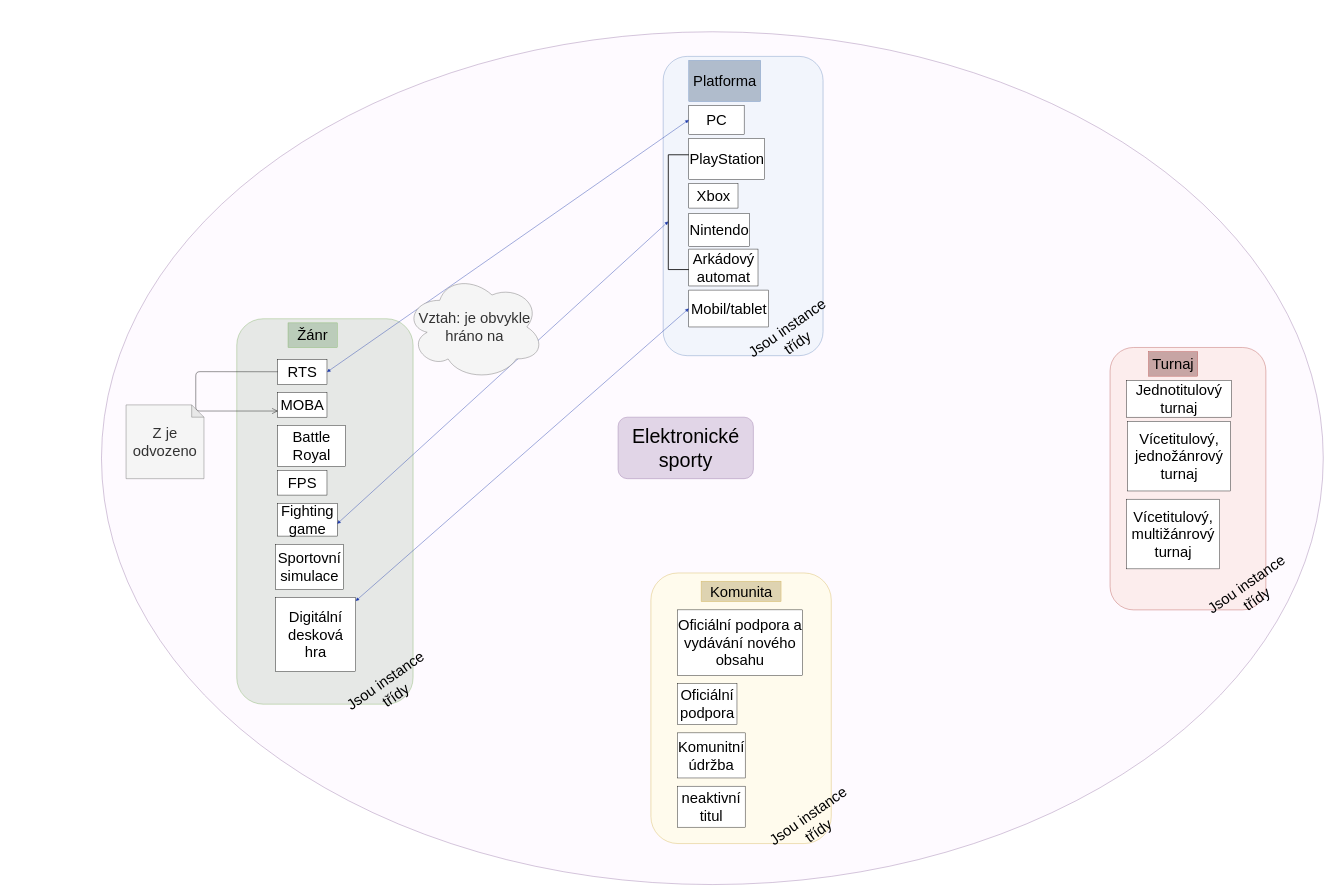
Before: Classification.drawio in AppleP1e/Tesaurus_Esport, a draw.io diagram. Source tidied: cells renumbered, new cells numbered last; positions are measured from the earlier drawing's top-left corner, leaving out a move shared by most shapes. Both pictures are drawn from the tidied source at 41%, with x=0, y=0 at pixel (101, 32). Pictures stored in the file or linked from it are replaced by grey dashed boxes.
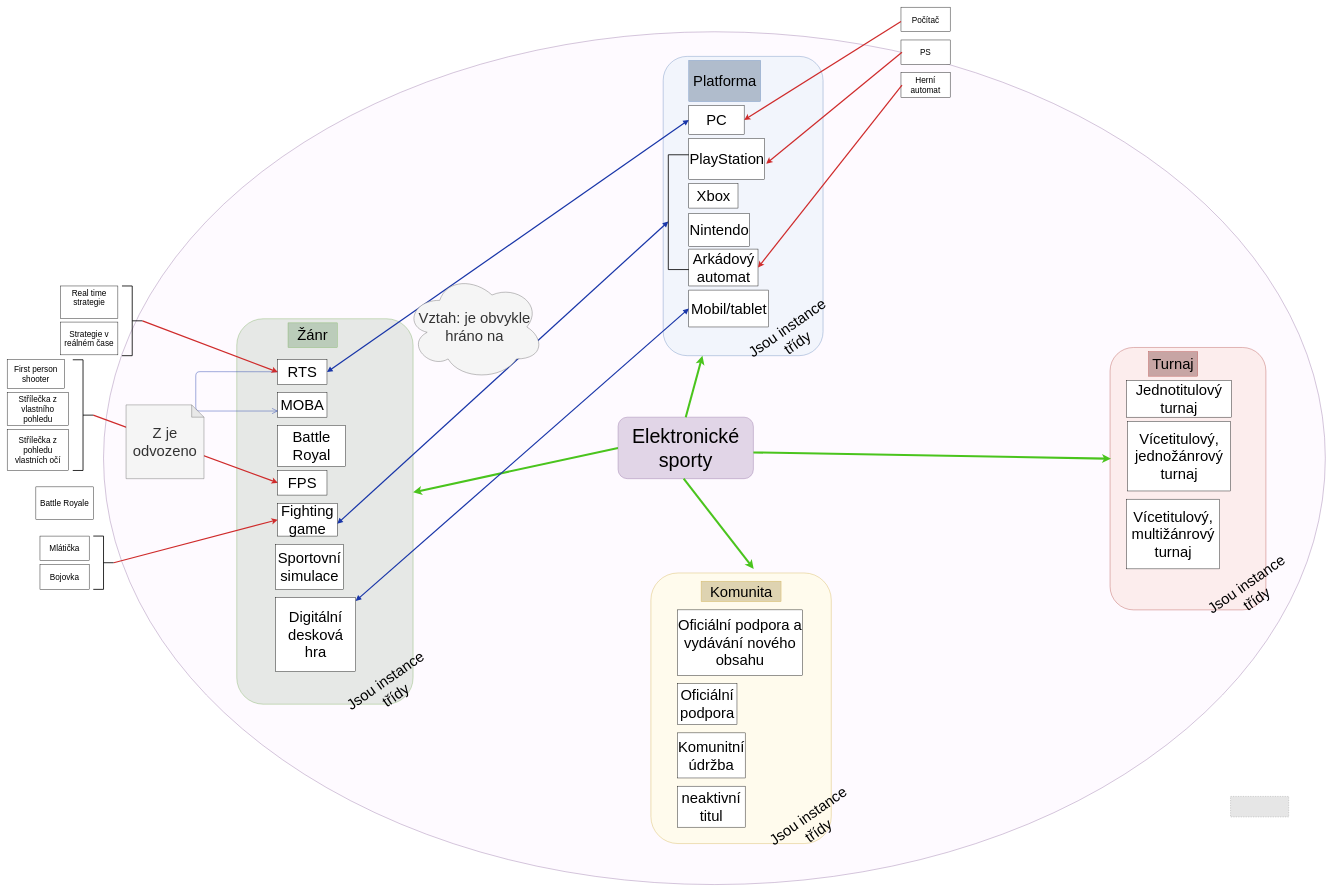
Above is the later version.

The change refers to these unchanged cells:
```xml
<mxCell id="3" style="rounded=1;whiteSpace=wrap;html=1;shadow=0;fillColor=#F2F5FC;fontSize=24;strokeColor=#6c8ebf;" parent="1" vertex="1">
  <mxGeometry x="1370" y="60" width="390" height="730" as="geometry" />
</mxCell>
<mxCell id="4" style="rounded=1;whiteSpace=wrap;html=1;shadow=0;fillColor=#FFFBED;fontSize=36;strokeColor=#d6b656;" parent="1" vertex="1">
  <mxGeometry x="1340" y="1320" width="440" height="660" as="geometry" />
</mxCell>
<mxCell id="5" style="rounded=1;whiteSpace=wrap;html=1;shadow=0;fillColor=#FCEDED;fontSize=36;strokeColor=#b85450;" parent="1" vertex="1">
  <mxGeometry x="2460" y="770" width="380" height="640" as="geometry" />
</mxCell>
<mxCell id="7" value="Elektronické sporty" style="rounded=1;whiteSpace=wrap;html=1;fillColor=#e1d5e7;strokeColor=#9673a6;fontSize=48;" parent="1" vertex="1">
  <mxGeometry x="1260" y="940" width="330" height="150" as="geometry" />
</mxCell>
<mxCell id="12" value="&lt;div style=&quot;font-size: 36px;&quot;&gt;PC&lt;/div&gt;" style="rounded=0;whiteSpace=wrap;html=1;fillColor=#ffffff;gradientColor=none;fontSize=36;" parent="1" vertex="1">
  <mxGeometry x="1432.5" y="180" width="135" height="70" as="geometry" />
</mxCell>
<mxCell id="13" value="&lt;div style=&quot;font-size: 36px;&quot;&gt;PlayStation&lt;/div&gt;" style="rounded=0;whiteSpace=wrap;html=1;fillColor=#ffffff;gradientColor=none;fontSize=36;" parent="1" vertex="1">
  <mxGeometry x="1432.5" y="260" width="185" height="100" as="geometry" />
</mxCell>
<mxCell id="16" value="Arkádový automat" style="rounded=0;whiteSpace=wrap;html=1;fillColor=#ffffff;gradientColor=none;fontSize=36;" parent="1" vertex="1">
  <mxGeometry x="1432.5" y="530" width="168.8" height="90" as="geometry" />
</mxCell>
<mxCell id="17" value="Mobil/tablet" style="rounded=0;whiteSpace=wrap;html=1;fillColor=#ffffff;gradientColor=none;fontSize=36;" parent="1" vertex="1">
  <mxGeometry x="1432.5" y="630" width="195" height="90" as="geometry" />
</mxCell>
<mxCell id="18" value="&lt;div style=&quot;font-size: 36px;&quot;&gt;RTS&lt;/div&gt;" style="rounded=0;whiteSpace=wrap;html=1;fillColor=#ffffff;gradientColor=none;fontSize=36;" parent="1" vertex="1">
  <mxGeometry x="430" y="800" width="120" height="60" as="geometry" />
</mxCell>
<mxCell id="19" value="MOBA" style="rounded=0;whiteSpace=wrap;html=1;fillColor=#ffffff;gradientColor=none;fontSize=36;" parent="1" vertex="1">
  <mxGeometry x="430" y="880" width="120" height="60" as="geometry" />
</mxCell>
<mxCell id="21" value="FPS" style="rounded=0;whiteSpace=wrap;html=1;fillColor=#ffffff;gradientColor=none;fontSize=36;" parent="1" vertex="1">
  <mxGeometry x="430" y="1070" width="120" height="60" as="geometry" />
</mxCell>
<mxCell id="22" value="Fighting game" style="rounded=0;whiteSpace=wrap;html=1;fillColor=#ffffff;gradientColor=none;fontSize=36;" parent="1" vertex="1">
  <mxGeometry x="430" y="1150" width="145" height="80" as="geometry" />
</mxCell>
<mxCell id="38" style="strokeWidth=2;html=1;shape=mxgraph.flowchart.annotation_1;align=left;" parent="1" vertex="1">
  <mxGeometry x="1382.5" y="300" width="50" height="280" as="geometry" />
</mxCell>
```

The edit, as a diff of the source:
```diff
@@
     <mxCell id="2" style="ellipse;whiteSpace=wrap;html=1;shadow=0;fillColor=#FEFAFF;fontSize=36;strokeColor=#9673a6;" parent="1" vertex="1">
-      <mxGeometry width="2980" height="2080" as="geometry" />
+      <mxGeometry x="5" width="2980" height="2080" as="geometry" />
     </mxCell>
+    <mxCell id="43" style="endArrow=classic;html=1;strokeColor=#4AC41D;strokeWidth=5;fontSize=20;fillColor=#d5e8d4;exitX=0;exitY=0.5;exitDx=0;exitDy=0;" parent="1" edge="1" source="7" target="6">
+      <mxGeometry relative="1" as="geometry" />
+    </mxCell>
+    <mxCell id="6" style="rounded=1;whiteSpace=wrap;html=1;shadow=0;fillColor=#E6E8E6;fontSize=36;strokeColor=#82b366;" parent="1" vertex="1">
+      <mxGeometry x="330" y="700" width="430" height="940" as="geometry" />
+    </mxCell>
+    <mxCell id="44" style="endArrow=classic;html=1;fontSize=20;entryX=0;entryY=0.5;entryDx=0;entryDy=0;exitX=0;exitY=0.5;exitDx=0;exitDy=0;exitPerimeter=0;fillColor=#f8cecc;strokeColor=#CF2B2B;strokeWidth=3;" parent="1" edge="1" target="21">
+      <mxGeometry relative="1" as="geometry">
+        <mxPoint x="-20" y="935" as="sourcePoint" />
+      </mxGeometry>
+    </mxCell>
@@
-    <mxCell id="6" style="rounded=1;whiteSpace=wrap;html=1;shadow=0;fillColor=#E6E8E6;fontSize=36;strokeColor=#82b366;" parent="1" vertex="1">
-      <mxGeometry x="330" y="700" width="430" height="940" as="geometry" />
-    </mxCell>
@@
-    <mxCell id="32" style="endArrow=block;startArrow=block;endFill=1;startFill=1;html=1;fontSize=36;entryX=0;entryY=0.5;entryDx=0;entryDy=0;exitX=1;exitY=0.5;exitDx=0;exitDy=0;fillColor=#dae8fc;strokeColor=#1835A8;" parent="1" edge="1" source="18" target="12">
+    <mxCell id="32" style="endArrow=block;startArrow=block;endFill=1;startFill=1;html=1;fontSize=36;entryX=0;entryY=0.5;entryDx=0;entryDy=0;exitX=1;exitY=0.5;exitDx=0;exitDy=0;fillColor=#dae8fc;strokeColor=#1835A8;strokeWidth=3;" parent="1" edge="1" source="18" target="12">
       <mxGeometry relative="1" as="geometry" />
     </mxCell>
-    <mxCell id="33" style="endArrow=block;startArrow=block;endFill=1;startFill=1;html=1;fontSize=36;strokeColor=#1835A8;" parent="1" edge="1" target="38">
+    <mxCell id="33" style="endArrow=block;startArrow=block;endFill=1;startFill=1;html=1;fontSize=36;strokeColor=#1835A8;strokeWidth=3;" parent="1" edge="1" target="38">
       <mxGeometry relative="1" as="geometry">
         <mxPoint x="575" y="1200" as="sourcePoint" />
       </mxGeometry>
     </mxCell>
-    <mxCell id="34" style="endArrow=block;startArrow=block;endFill=1;startFill=1;html=1;fontSize=36;entryX=0;entryY=0.5;entryDx=0;entryDy=0;strokeColor=#1835A8;" parent="1" edge="1" target="17">
+    <mxCell id="34" style="endArrow=block;startArrow=block;endFill=1;startFill=1;html=1;fontSize=36;entryX=0;entryY=0.5;entryDx=0;entryDy=0;strokeColor=#1835A8;strokeWidth=3;" parent="1" edge="1" target="17">
       <mxGeometry relative="1" as="geometry">
         <mxPoint x="620" y="1388.3" as="sourcePoint" />
       </mxGeometry>
     </mxCell>
-    <mxCell id="35" style="endArrow=open;endFill=1;endSize=12;html=1;fontSize=36;entryX=0;entryY=0.75;entryDx=0;entryDy=0;" parent="1" edge="1" target="19">
+    <mxCell id="35" style="endArrow=open;endFill=1;endSize=12;html=1;fontSize=36;entryX=0;entryY=0.75;entryDx=0;entryDy=0;strokeColor=#1835A8;" parent="1" edge="1" target="19">
       <mxGeometry relative="1" as="geometry">
         <mxPoint x="430" y="829.2" as="sourcePoint" />
         <Array as="points">
           <mxPoint x="230" y="829" />
           <mxPoint x="230" y="925" />
         </Array>
       </mxGeometry>
     </mxCell>
@@
+    <mxCell id="45" value="&lt;div style=&quot;font-size: 20px;&quot;&gt;Real time strategie&lt;/div&gt;&lt;div style=&quot;font-size: 20px;&quot;&gt;&lt;br style=&quot;font-size: 20px;&quot;&gt;&lt;/div&gt;" style="rounded=0;whiteSpace=wrap;html=1;fontSize=20;" parent="1" vertex="1">
+      <mxGeometry x="-100" y="620" width="140" height="80" as="geometry" />
+    </mxCell>
+    <mxCell id="46" value="Strategie v reálném čase" style="rounded=0;whiteSpace=wrap;html=1;fontSize=20;" parent="1" vertex="1">
+      <mxGeometry x="-100" y="708" width="140" height="80" as="geometry" />
+    </mxCell>
+    <mxCell id="47" value="Battle Royale" style="rounded=0;whiteSpace=wrap;html=1;fontSize=20;" parent="1" vertex="1">
+      <mxGeometry x="-160" y="1110" width="140" height="80" as="geometry" />
+    </mxCell>
+    <mxCell id="48" value="Mlátička" style="rounded=0;whiteSpace=wrap;html=1;fontSize=20;" parent="1" vertex="1">
+      <mxGeometry x="-150" y="1230" width="120" height="60" as="geometry" />
+    </mxCell>
+    <mxCell id="49" value="Bojovka" style="rounded=0;whiteSpace=wrap;html=1;fontSize=20;" parent="1" vertex="1">
+      <mxGeometry x="-150" y="1300" width="120" height="60" as="geometry" />
+    </mxCell>
+    <mxCell id="50" value="First person shooter" style="rounded=0;whiteSpace=wrap;html=1;fontSize=20;" parent="1" vertex="1">
+      <mxGeometry x="-230" y="800" width="140" height="70" as="geometry" />
+    </mxCell>
+    <mxCell id="51" value="Střílečka z vlastního pohledu" style="rounded=0;whiteSpace=wrap;html=1;fontSize=20;" parent="1" vertex="1">
+      <mxGeometry x="-230" y="880" width="150" height="80" as="geometry" />
+    </mxCell>
+    <mxCell id="52" value="Střílečka z pohledu vlastních očí" style="rounded=0;whiteSpace=wrap;html=1;fontSize=20;" parent="1" vertex="1">
+      <mxGeometry x="-230" y="970" width="150" height="100" as="geometry" />
+    </mxCell>
+    <mxCell id="53" value="Počítač" style="rounded=0;whiteSpace=wrap;html=1;fontSize=20;" parent="1" vertex="1">
+      <mxGeometry x="1950" y="-60" width="120" height="60" as="geometry" />
+    </mxCell>
+    <mxCell id="54" value="PS" style="rounded=0;whiteSpace=wrap;html=1;fontSize=20;" parent="1" vertex="1">
+      <mxGeometry x="1950" y="20" width="120" height="60" as="geometry" />
+    </mxCell>
+    <mxCell id="55" value="Herní automat" style="rounded=0;whiteSpace=wrap;html=1;fontSize=20;" parent="1" vertex="1">
+      <mxGeometry x="1950" y="100" width="120" height="60" as="geometry" />
+    </mxCell>
+    <mxCell id="56" style="strokeWidth=2;html=1;shape=mxgraph.flowchart.annotation_2;align=left;labelPosition=right;fontSize=20;rotation=-180;" parent="1" vertex="1">
+      <mxGeometry x="-20" y="1230" width="50" height="130" as="geometry" />
+    </mxCell>
+    <mxCell id="57" style="endArrow=classic;html=1;fontSize=20;entryX=0;entryY=0.5;entryDx=0;entryDy=0;exitX=0;exitY=0.5;exitDx=0;exitDy=0;exitPerimeter=0;fillColor=#f8cecc;strokeColor=#CF2B2B;strokeWidth=3;" parent="1" edge="1" source="58" target="18">
+      <mxGeometry relative="1" as="geometry" />
+    </mxCell>
+    <mxCell id="58" style="strokeWidth=2;html=1;shape=mxgraph.flowchart.annotation_2;align=left;labelPosition=right;fontSize=20;rotation=-180;" parent="1" vertex="1">
+      <mxGeometry x="50" y="620" width="50" height="170" as="geometry" />
+    </mxCell>
+    <mxCell id="59" style="strokeWidth=2;html=1;shape=mxgraph.flowchart.annotation_2;align=left;labelPosition=right;fontSize=20;rotation=-180;" parent="1" vertex="1">
+      <mxGeometry x="-70" y="800" width="50" height="270" as="geometry" />
+    </mxCell>
+    <mxCell id="60" style="endArrow=classic;html=1;fontSize=20;entryX=0;entryY=0.5;entryDx=0;entryDy=0;exitX=0;exitY=0.5;exitDx=0;exitDy=0;exitPerimeter=0;fillColor=#f8cecc;strokeColor=#CF2B2B;strokeWidth=3;" parent="1" edge="1" source="56" target="22">
+      <mxGeometry relative="1" as="geometry" />
+    </mxCell>
+    <mxCell id="61" style="endArrow=classic;html=1;fontSize=20;entryX=1;entryY=0.5;entryDx=0;entryDy=0;exitX=0;exitY=0.5;exitDx=0;exitDy=0;exitPerimeter=0;fillColor=#f8cecc;strokeColor=#CF2B2B;strokeWidth=3;" parent="1" edge="1" target="12">
+      <mxGeometry relative="1" as="geometry">
+        <mxPoint x="1950" y="-25" as="sourcePoint" />
+      </mxGeometry>
+    </mxCell>
+    <mxCell id="62" style="endArrow=classic;html=1;fontSize=20;entryX=1.021;entryY=0.616;entryDx=0;entryDy=0;exitX=0;exitY=0.5;exitDx=0;exitDy=0;exitPerimeter=0;fillColor=#f8cecc;strokeColor=#CF2B2B;strokeWidth=3;entryPerimeter=0;" parent="1" edge="1" target="13">
+      <mxGeometry relative="1" as="geometry">
+        <mxPoint x="1952.5" y="50" as="sourcePoint" />
+      </mxGeometry>
+    </mxCell>
+    <mxCell id="63" style="endArrow=classic;html=1;fontSize=20;exitX=0;exitY=0.5;exitDx=0;exitDy=0;exitPerimeter=0;fillColor=#f8cecc;strokeColor=#CF2B2B;strokeWidth=3;entryX=1;entryY=0.5;entryDx=0;entryDy=0;" parent="1" edge="1" target="16">
+      <mxGeometry relative="1" as="geometry">
+        <mxPoint x="1952.5" y="130" as="sourcePoint" />
+      </mxGeometry>
+    </mxCell>
+    <mxCell id="64" style="fillColor=#E6E6E6;strokeColor=#999999;dashed=1;verticalLabelPosition=bottom;labelBackgroundColor=#ffffff;verticalAlign=top;" parent="1" vertex="1">
+      <mxGeometry x="2753.8" y="1865" width="141.9" height="50" as="geometry" />
+    </mxCell>
+    <mxCell id="65" style="endArrow=classic;html=1;strokeColor=#4AC41D;strokeWidth=5;fontSize=20;fillColor=#d5e8d4;entryX=0.006;entryY=0.424;entryDx=0;entryDy=0;entryPerimeter=0;" parent="1" edge="1" target="5">
+      <mxGeometry relative="1" as="geometry">
+        <mxPoint x="1590" y="1026" as="sourcePoint" />
+      </mxGeometry>
+    </mxCell>
+    <mxCell id="66" style="endArrow=classic;html=1;strokeColor=#4AC41D;strokeWidth=5;fontSize=20;fillColor=#d5e8d4;entryX=0.57;entryY=-0.015;entryDx=0;entryDy=0;entryPerimeter=0;" parent="1" edge="1" target="4">
+      <mxGeometry relative="1" as="geometry">
+        <mxPoint x="1420" y="1090" as="sourcePoint" />
+      </mxGeometry>
+    </mxCell>
+    <mxCell id="67" style="endArrow=classic;html=1;strokeColor=#4AC41D;strokeWidth=5;fontSize=20;fillColor=#d5e8d4;exitX=0.5;exitY=0;exitDx=0;exitDy=0;" parent="1" edge="1" source="7" target="3">
+      <mxGeometry relative="1" as="geometry" />
+    </mxCell>
```
